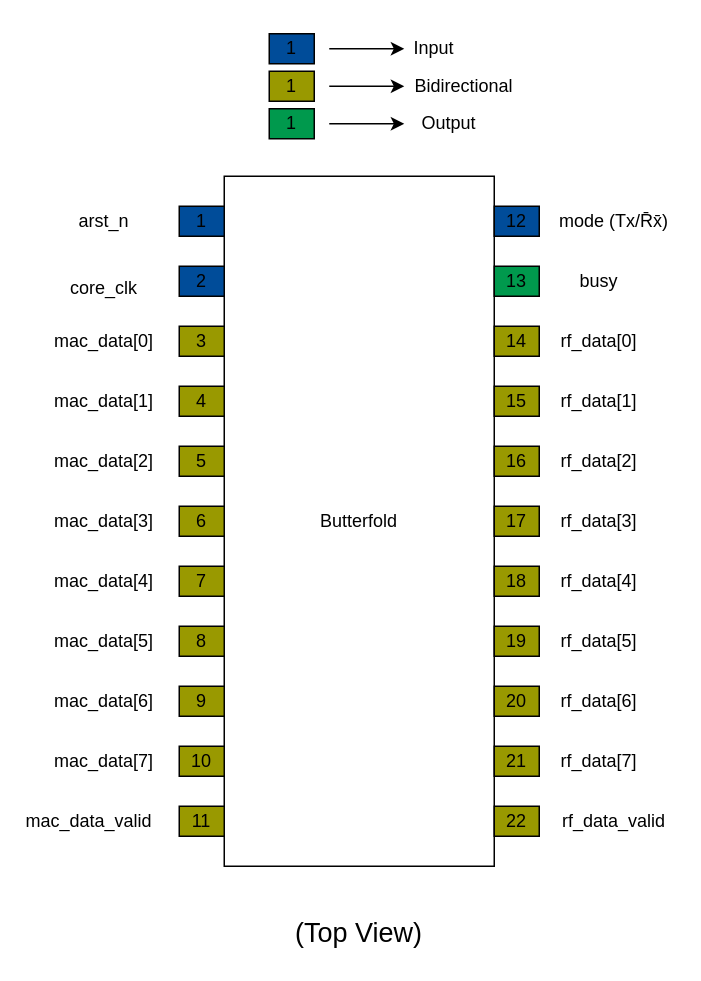
The draw.io diagram page "Pinout" (2 of 5) of frontend/docs/assets/code/5G-PHY.drawio in aravindustries/butterfold, before the edit. Source tidied: cells renumbered, new cells numbered last; positions are measured from the earlier drawing's top-left corner, leaving out a move shared by most shapes. Both pictures are drawn from the tidied source at 150%, with x=0, y=0 at pixel (44, 26).
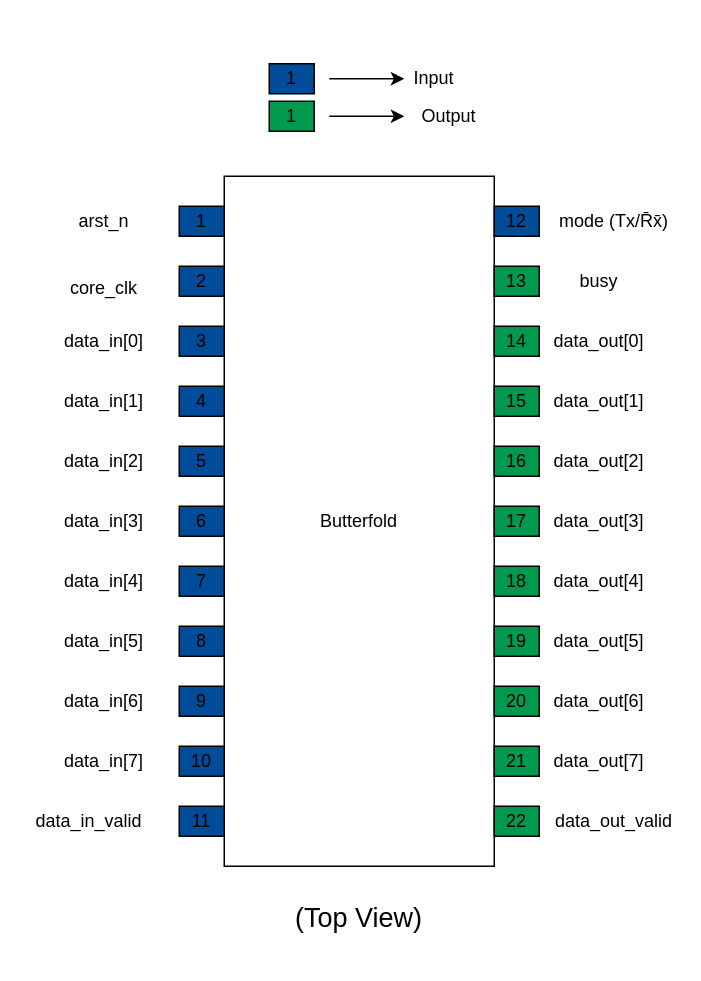
The same page after the edit.

Diff of the diagram source:
```diff
@@
-    <mxCell id="5" value="3" style="rounded=0;whiteSpace=wrap;html=1;direction=west;fillColor=#999900;" parent="1" vertex="1">
-      <mxGeometry x="90" y="200" width="30" height="20" as="geometry" />
-    </mxCell>
-    <mxCell id="6" value="4" style="rounded=0;whiteSpace=wrap;html=1;direction=west;fillColor=#999900;" parent="1" vertex="1">
-      <mxGeometry x="90" y="240" width="30" height="20" as="geometry" />
-    </mxCell>
-    <mxCell id="7" value="5" style="rounded=0;whiteSpace=wrap;html=1;direction=west;fillColor=#999900;" parent="1" vertex="1">
-      <mxGeometry x="90" y="280" width="30" height="20" as="geometry" />
-    </mxCell>
-    <mxCell id="8" value="6" style="rounded=0;whiteSpace=wrap;html=1;direction=west;fillColor=#999900;" parent="1" vertex="1">
-      <mxGeometry x="90" y="320" width="30" height="20" as="geometry" />
-    </mxCell>
-    <mxCell id="9" value="7" style="rounded=0;whiteSpace=wrap;html=1;direction=west;fillColor=#999900;" parent="1" vertex="1">
-      <mxGeometry x="90" y="360" width="30" height="20" as="geometry" />
-    </mxCell>
-    <mxCell id="10" value="8" style="rounded=0;whiteSpace=wrap;html=1;direction=west;fillColor=#999900;" parent="1" vertex="1">
-      <mxGeometry x="90" y="400" width="30" height="20" as="geometry" />
-    </mxCell>
-    <mxCell id="11" value="9" style="rounded=0;whiteSpace=wrap;html=1;direction=west;fillColor=#999900;" parent="1" vertex="1">
-      <mxGeometry x="90" y="440" width="30" height="20" as="geometry" />
-    </mxCell>
-    <mxCell id="12" value="10" style="rounded=0;whiteSpace=wrap;html=1;direction=west;fillColor=#999900;" parent="1" vertex="1">
-      <mxGeometry x="90" y="480" width="30" height="20" as="geometry" />
-    </mxCell>
@@
-    <mxCell id="14" value="14" style="rounded=0;whiteSpace=wrap;html=1;direction=west;fillColor=#999900;" parent="1" vertex="1">
-      <mxGeometry x="300" y="200" width="30" height="20" as="geometry" />
-    </mxCell>
-    <mxCell id="15" value="15" style="rounded=0;whiteSpace=wrap;html=1;direction=west;fillColor=#999900;" parent="1" vertex="1">
-      <mxGeometry x="300" y="240" width="30" height="20" as="geometry" />
-    </mxCell>
-    <mxCell id="16" value="16" style="rounded=0;whiteSpace=wrap;html=1;direction=west;fillColor=#999900;" parent="1" vertex="1">
-      <mxGeometry x="300" y="280" width="30" height="20" as="geometry" />
-    </mxCell>
-    <mxCell id="17" value="17" style="rounded=0;whiteSpace=wrap;html=1;direction=west;fillColor=#999900;" parent="1" vertex="1">
-      <mxGeometry x="300" y="320" width="30" height="20" as="geometry" />
-    </mxCell>
-    <mxCell id="18" value="18" style="rounded=0;whiteSpace=wrap;html=1;direction=west;fillColor=#999900;" parent="1" vertex="1">
-      <mxGeometry x="300" y="360" width="30" height="20" as="geometry" />
-    </mxCell>
-    <mxCell id="19" value="19" style="rounded=0;whiteSpace=wrap;html=1;direction=west;fillColor=#999900;" parent="1" vertex="1">
-      <mxGeometry x="300" y="400" width="30" height="20" as="geometry" />
-    </mxCell>
-    <mxCell id="20" value="20" style="rounded=0;whiteSpace=wrap;html=1;direction=west;fillColor=#999900;" parent="1" vertex="1">
-      <mxGeometry x="300" y="440" width="30" height="20" as="geometry" />
-    </mxCell>
-    <mxCell id="21" value="21" style="rounded=0;whiteSpace=wrap;html=1;direction=west;fillColor=#999900;" parent="1" vertex="1">
-      <mxGeometry x="300" y="480" width="30" height="20" as="geometry" />
-    </mxCell>
-    <mxCell id="22" value="mac_data[0]" style="text;html=1;whiteSpace=wrap;strokeColor=none;fillColor=none;align=center;verticalAlign=middle;rounded=0;" parent="1" vertex="1">
+    <mxCell id="22" value="data_in[0]" style="text;html=1;whiteSpace=wrap;strokeColor=none;fillColor=none;align=center;verticalAlign=middle;rounded=0;" parent="1" vertex="1">
       <mxGeometry x="10" y="195" width="60" height="30" as="geometry" />
     </mxCell>
-    <mxCell id="23" value="mac_data[1]" style="text;html=1;whiteSpace=wrap;strokeColor=none;fillColor=none;align=center;verticalAlign=middle;rounded=0;" parent="1" vertex="1">
+    <mxCell id="23" value="data_in[1]" style="text;html=1;whiteSpace=wrap;strokeColor=none;fillColor=none;align=center;verticalAlign=middle;rounded=0;" parent="1" vertex="1">
       <mxGeometry x="10" y="235" width="60" height="30" as="geometry" />
     </mxCell>
-    <mxCell id="24" value="mac_data[2]" style="text;html=1;whiteSpace=wrap;strokeColor=none;fillColor=none;align=center;verticalAlign=middle;rounded=0;" parent="1" vertex="1">
+    <mxCell id="24" value="data_in[2]" style="text;html=1;whiteSpace=wrap;strokeColor=none;fillColor=none;align=center;verticalAlign=middle;rounded=0;" parent="1" vertex="1">
       <mxGeometry x="10" y="275" width="60" height="30" as="geometry" />
     </mxCell>
-    <mxCell id="25" value="mac_data[3]" style="text;html=1;whiteSpace=wrap;strokeColor=none;fillColor=none;align=center;verticalAlign=middle;rounded=0;" parent="1" vertex="1">
+    <mxCell id="25" value="data_in[3]" style="text;html=1;whiteSpace=wrap;strokeColor=none;fillColor=none;align=center;verticalAlign=middle;rounded=0;" parent="1" vertex="1">
       <mxGeometry x="10" y="315" width="60" height="30" as="geometry" />
     </mxCell>
-    <mxCell id="26" value="mac_data[4]" style="text;html=1;whiteSpace=wrap;strokeColor=none;fillColor=none;align=center;verticalAlign=middle;rounded=0;" parent="1" vertex="1">
+    <mxCell id="26" value="data_in[4]" style="text;html=1;whiteSpace=wrap;strokeColor=none;fillColor=none;align=center;verticalAlign=middle;rounded=0;" parent="1" vertex="1">
       <mxGeometry x="10" y="355" width="60" height="30" as="geometry" />
     </mxCell>
-    <mxCell id="27" value="mac_data[5]" style="text;html=1;whiteSpace=wrap;strokeColor=none;fillColor=none;align=center;verticalAlign=middle;rounded=0;" parent="1" vertex="1">
+    <mxCell id="27" value="data_in[5]" style="text;html=1;whiteSpace=wrap;strokeColor=none;fillColor=none;align=center;verticalAlign=middle;rounded=0;" parent="1" vertex="1">
       <mxGeometry x="10" y="395" width="60" height="30" as="geometry" />
     </mxCell>
-    <mxCell id="28" value="mac_data[6]" style="text;html=1;whiteSpace=wrap;strokeColor=none;fillColor=none;align=center;verticalAlign=middle;rounded=0;" parent="1" vertex="1">
+    <mxCell id="28" value="data_in[6]" style="text;html=1;whiteSpace=wrap;strokeColor=none;fillColor=none;align=center;verticalAlign=middle;rounded=0;" parent="1" vertex="1">
       <mxGeometry x="10" y="435" width="60" height="30" as="geometry" />
     </mxCell>
-    <mxCell id="29" value="mac_data[7]" style="text;html=1;whiteSpace=wrap;strokeColor=none;fillColor=none;align=center;verticalAlign=middle;rounded=0;" parent="1" vertex="1">
+    <mxCell id="29" value="data_in[7]" style="text;html=1;whiteSpace=wrap;strokeColor=none;fillColor=none;align=center;verticalAlign=middle;rounded=0;" parent="1" vertex="1">
       <mxGeometry x="10" y="475" width="60" height="30" as="geometry" />
     </mxCell>
-    <mxCell id="30" value="rf_data[0]" style="text;html=1;whiteSpace=wrap;strokeColor=none;fillColor=none;align=center;verticalAlign=middle;rounded=0;" parent="1" vertex="1">
+    <mxCell id="30" value="data_out[0]" style="text;html=1;whiteSpace=wrap;strokeColor=none;fillColor=none;align=center;verticalAlign=middle;rounded=0;" parent="1" vertex="1">
       <mxGeometry x="340" y="195" width="60" height="30" as="geometry" />
     </mxCell>
-    <mxCell id="31" value="rf_data[1]" style="text;html=1;whiteSpace=wrap;strokeColor=none;fillColor=none;align=center;verticalAlign=middle;rounded=0;" parent="1" vertex="1">
+    <mxCell id="31" value="data_out[1]" style="text;html=1;whiteSpace=wrap;strokeColor=none;fillColor=none;align=center;verticalAlign=middle;rounded=0;" parent="1" vertex="1">
       <mxGeometry x="340" y="235" width="60" height="30" as="geometry" />
     </mxCell>
-    <mxCell id="32" value="rf_data[2]" style="text;html=1;whiteSpace=wrap;strokeColor=none;fillColor=none;align=center;verticalAlign=middle;rounded=0;" parent="1" vertex="1">
+    <mxCell id="32" value="data_out[2]" style="text;html=1;whiteSpace=wrap;strokeColor=none;fillColor=none;align=center;verticalAlign=middle;rounded=0;" parent="1" vertex="1">
       <mxGeometry x="340" y="275" width="60" height="30" as="geometry" />
     </mxCell>
-    <mxCell id="33" value="rf_data[3]" style="text;html=1;whiteSpace=wrap;strokeColor=none;fillColor=none;align=center;verticalAlign=middle;rounded=0;" parent="1" vertex="1">
+    <mxCell id="33" value="data_out[3]" style="text;html=1;whiteSpace=wrap;strokeColor=none;fillColor=none;align=center;verticalAlign=middle;rounded=0;" parent="1" vertex="1">
       <mxGeometry x="340" y="315" width="60" height="30" as="geometry" />
     </mxCell>
-    <mxCell id="34" value="rf_data[4]" style="text;html=1;whiteSpace=wrap;strokeColor=none;fillColor=none;align=center;verticalAlign=middle;rounded=0;" parent="1" vertex="1">
+    <mxCell id="34" value="data_out[4]" style="text;html=1;whiteSpace=wrap;strokeColor=none;fillColor=none;align=center;verticalAlign=middle;rounded=0;" parent="1" vertex="1">
       <mxGeometry x="340" y="355" width="60" height="30" as="geometry" />
     </mxCell>
-    <mxCell id="35" value="rf_data[5]" style="text;html=1;whiteSpace=wrap;strokeColor=none;fillColor=none;align=center;verticalAlign=middle;rounded=0;" parent="1" vertex="1">
+    <mxCell id="35" value="data_out[5]" style="text;html=1;whiteSpace=wrap;strokeColor=none;fillColor=none;align=center;verticalAlign=middle;rounded=0;" parent="1" vertex="1">
       <mxGeometry x="340" y="395" width="60" height="30" as="geometry" />
     </mxCell>
-    <mxCell id="36" value="rf_data[6]" style="text;html=1;whiteSpace=wrap;strokeColor=none;fillColor=none;align=center;verticalAlign=middle;rounded=0;" parent="1" vertex="1">
+    <mxCell id="36" value="data_out[6]" style="text;html=1;whiteSpace=wrap;strokeColor=none;fillColor=none;align=center;verticalAlign=middle;rounded=0;" parent="1" vertex="1">
       <mxGeometry x="340" y="435" width="60" height="30" as="geometry" />
     </mxCell>
-    <mxCell id="37" value="rf_data[7]" style="text;html=1;whiteSpace=wrap;strokeColor=none;fillColor=none;align=center;verticalAlign=middle;rounded=0;" parent="1" vertex="1">
+    <mxCell id="37" value="data_out[7]" style="text;html=1;whiteSpace=wrap;strokeColor=none;fillColor=none;align=center;verticalAlign=middle;rounded=0;" parent="1" vertex="1">
       <mxGeometry x="340" y="475" width="60" height="30" as="geometry" />
     </mxCell>
-    <mxCell id="38" value="mac_data_valid" style="text;html=1;whiteSpace=wrap;strokeColor=none;fillColor=none;align=center;verticalAlign=middle;rounded=0;" parent="1" vertex="1">
+    <mxCell id="38" value="data_in_valid" style="text;html=1;whiteSpace=wrap;strokeColor=none;fillColor=none;align=center;verticalAlign=middle;rounded=0;" parent="1" vertex="1">
       <mxGeometry y="515" width="60" height="30" as="geometry" />
     </mxCell>
-    <mxCell id="39" value="11" style="rounded=0;whiteSpace=wrap;html=1;direction=west;fillColor=#999900;" parent="1" vertex="1">
-      <mxGeometry x="90" y="520" width="30" height="20" as="geometry" />
-    </mxCell>
-    <mxCell id="40" value="22" style="rounded=0;whiteSpace=wrap;html=1;direction=west;fillColor=#999900;" parent="1" vertex="1">
-      <mxGeometry x="300" y="520" width="30" height="20" as="geometry" />
-    </mxCell>
@@
-    <mxCell id="45" value="rf_data_valid" style="text;html=1;whiteSpace=wrap;strokeColor=none;fillColor=none;align=center;verticalAlign=middle;rounded=0;" parent="1" vertex="1">
+    <mxCell id="45" value="data_out_valid" style="text;html=1;whiteSpace=wrap;strokeColor=none;fillColor=none;align=center;verticalAlign=middle;rounded=0;" parent="1" vertex="1">
       <mxGeometry x="360" y="515" width="40" height="30" as="geometry" />
     </mxCell>
     <mxCell id="46" value="1" style="rounded=0;whiteSpace=wrap;html=1;direction=west;fillColor=#004C99;" parent="1" vertex="1">
-      <mxGeometry x="150" y="5" width="30" height="20" as="geometry" />
+      <mxGeometry x="150" y="25" width="30" height="20" as="geometry" />
     </mxCell>
     <mxCell id="47" style="endArrow=classic;html=1;rounded=0;" parent="1" edge="1">
       <mxGeometry relative="1" as="geometry">
-        <mxPoint x="190" y="15" as="sourcePoint" />
-        <mxPoint x="240" y="15" as="targetPoint" />
+        <mxPoint x="190" y="35" as="sourcePoint" />
+        <mxPoint x="240" y="35" as="targetPoint" />
       </mxGeometry>
     </mxCell>
     <mxCell id="48" value="Input" style="text;html=1;whiteSpace=wrap;strokeColor=none;fillColor=none;align=center;verticalAlign=middle;rounded=0;" parent="1" vertex="1">
-      <mxGeometry x="230" width="60" height="30" as="geometry" />
+      <mxGeometry x="230" y="20" width="60" height="30" as="geometry" />
     </mxCell>
-    <mxCell id="49" style="endArrow=classic;html=1;rounded=0;" parent="1" edge="1">
-      <mxGeometry relative="1" as="geometry">
-        <mxPoint x="190" y="40" as="sourcePoint" />
-        <mxPoint x="240" y="40" as="targetPoint" />
-      </mxGeometry>
-    </mxCell>
-    <mxCell id="50" value="Bidirectional" style="text;html=1;whiteSpace=wrap;strokeColor=none;fillColor=none;align=center;verticalAlign=middle;rounded=0;" parent="1" vertex="1">
-      <mxGeometry x="250" y="25" width="60" height="30" as="geometry" />
-    </mxCell>
-    <mxCell id="51" value="1" style="rounded=0;whiteSpace=wrap;html=1;direction=west;fillColor=#999900;" parent="1" vertex="1">
-      <mxGeometry x="150" y="30" width="30" height="20" as="geometry" />
-    </mxCell>
     <mxCell id="52" value="&lt;font style=&quot;font-size: 18px;&quot;&gt;(Top View)&lt;/font&gt;" style="text;html=1;whiteSpace=wrap;strokeColor=none;fillColor=none;align=center;verticalAlign=middle;rounded=0;" parent="1" vertex="1">
-      <mxGeometry x="160" y="590" width="100" height="30" as="geometry" />
+      <mxGeometry x="160" y="580" width="100" height="30" as="geometry" />
     </mxCell>
     <mxCell id="53" value="1" style="rounded=0;whiteSpace=wrap;html=1;direction=west;fillColor=#00994D;" parent="1" vertex="1">
-      <mxGeometry x="150" y="55" width="30" height="20" as="geometry" />
+      <mxGeometry x="150" y="50" width="30" height="20" as="geometry" />
     </mxCell>
     <mxCell id="54" style="endArrow=classic;html=1;rounded=0;" parent="1" edge="1">
       <mxGeometry relative="1" as="geometry">
-        <mxPoint x="190" y="65" as="sourcePoint" />
-        <mxPoint x="240" y="65" as="targetPoint" />
+        <mxPoint x="190" y="60" as="sourcePoint" />
+        <mxPoint x="240" y="60" as="targetPoint" />
       </mxGeometry>
     </mxCell>
     <mxCell id="55" value="Output" style="text;html=1;whiteSpace=wrap;strokeColor=none;fillColor=none;align=center;verticalAlign=middle;rounded=0;" parent="1" vertex="1">
-      <mxGeometry x="240" y="50" width="60" height="30" as="geometry" />
+      <mxGeometry x="240" y="45" width="60" height="30" as="geometry" />
     </mxCell>
@@
+    <mxCell id="14" value="14" style="rounded=0;whiteSpace=wrap;html=1;direction=west;fillColor=#00994D;" parent="1" vertex="1">
+      <mxGeometry x="300" y="200" width="30" height="20" as="geometry" />
+    </mxCell>
+    <mxCell id="15" value="15" style="rounded=0;whiteSpace=wrap;html=1;direction=west;fillColor=#00994D;" parent="1" vertex="1">
+      <mxGeometry x="300" y="240" width="30" height="20" as="geometry" />
+    </mxCell>
+    <mxCell id="16" value="16" style="rounded=0;whiteSpace=wrap;html=1;direction=west;fillColor=#00994D;" parent="1" vertex="1">
+      <mxGeometry x="300" y="280" width="30" height="20" as="geometry" />
+    </mxCell>
+    <mxCell id="17" value="17" style="rounded=0;whiteSpace=wrap;html=1;direction=west;fillColor=#00994D;" parent="1" vertex="1">
+      <mxGeometry x="300" y="320" width="30" height="20" as="geometry" />
+    </mxCell>
+    <mxCell id="18" value="18" style="rounded=0;whiteSpace=wrap;html=1;direction=west;fillColor=#00994D;" parent="1" vertex="1">
+      <mxGeometry x="300" y="360" width="30" height="20" as="geometry" />
+    </mxCell>
+    <mxCell id="19" value="19" style="rounded=0;whiteSpace=wrap;html=1;direction=west;fillColor=#00994D;" parent="1" vertex="1">
+      <mxGeometry x="300" y="400" width="30" height="20" as="geometry" />
+    </mxCell>
+    <mxCell id="20" value="20" style="rounded=0;whiteSpace=wrap;html=1;direction=west;fillColor=#00994D;" parent="1" vertex="1">
+      <mxGeometry x="300" y="440" width="30" height="20" as="geometry" />
+    </mxCell>
+    <mxCell id="21" value="21" style="rounded=0;whiteSpace=wrap;html=1;direction=west;fillColor=#00994D;" parent="1" vertex="1">
+      <mxGeometry x="300" y="480" width="30" height="20" as="geometry" />
+    </mxCell>
+    <mxCell id="40" value="22" style="rounded=0;whiteSpace=wrap;html=1;direction=west;fillColor=#00994D;" parent="1" vertex="1">
+      <mxGeometry x="300" y="520" width="30" height="20" as="geometry" />
+    </mxCell>
+    <mxCell id="5" value="3" style="rounded=0;whiteSpace=wrap;html=1;direction=west;fillColor=#004C99;" parent="1" vertex="1">
+      <mxGeometry x="90" y="200" width="30" height="20" as="geometry" />
+    </mxCell>
+    <mxCell id="6" value="4" style="rounded=0;whiteSpace=wrap;html=1;direction=west;fillColor=#004C99;" parent="1" vertex="1">
+      <mxGeometry x="90" y="240" width="30" height="20" as="geometry" />
+    </mxCell>
+    <mxCell id="7" value="5" style="rounded=0;whiteSpace=wrap;html=1;direction=west;fillColor=#004C99;" parent="1" vertex="1">
+      <mxGeometry x="90" y="280" width="30" height="20" as="geometry" />
+    </mxCell>
+    <mxCell id="8" value="6" style="rounded=0;whiteSpace=wrap;html=1;direction=west;fillColor=#004C99;" parent="1" vertex="1">
+      <mxGeometry x="90" y="320" width="30" height="20" as="geometry" />
+    </mxCell>
+    <mxCell id="9" value="7" style="rounded=0;whiteSpace=wrap;html=1;direction=west;fillColor=#004C99;" parent="1" vertex="1">
+      <mxGeometry x="90" y="360" width="30" height="20" as="geometry" />
+    </mxCell>
+    <mxCell id="10" value="8" style="rounded=0;whiteSpace=wrap;html=1;direction=west;fillColor=#004C99;" parent="1" vertex="1">
+      <mxGeometry x="90" y="400" width="30" height="20" as="geometry" />
+    </mxCell>
+    <mxCell id="11" value="9" style="rounded=0;whiteSpace=wrap;html=1;direction=west;fillColor=#004C99;" parent="1" vertex="1">
+      <mxGeometry x="90" y="440" width="30" height="20" as="geometry" />
+    </mxCell>
+    <mxCell id="12" value="10" style="rounded=0;whiteSpace=wrap;html=1;direction=west;fillColor=#004C99;" parent="1" vertex="1">
+      <mxGeometry x="90" y="480" width="30" height="20" as="geometry" />
+    </mxCell>
+    <mxCell id="39" value="11" style="rounded=0;whiteSpace=wrap;html=1;direction=west;fillColor=#004C99;" parent="1" vertex="1">
+      <mxGeometry x="90" y="520" width="30" height="20" as="geometry" />
+    </mxCell>
```
